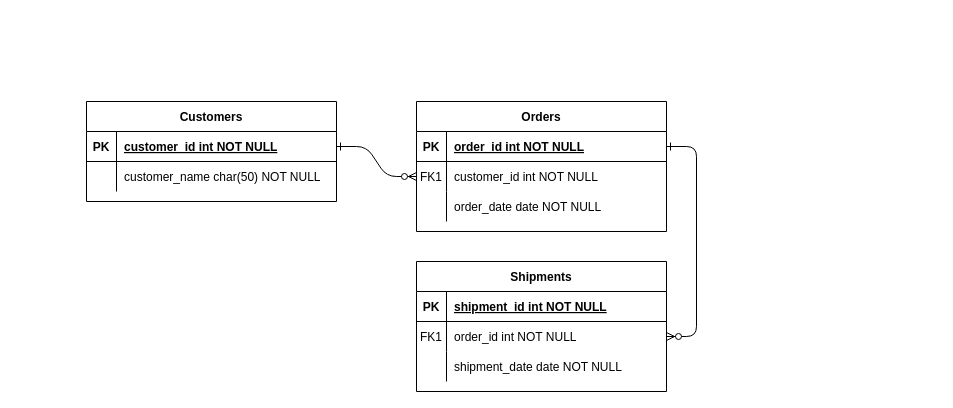
Earlier version of the draw.io diagram Untitled Diagram.drawio (WillReed1998/shop). Source tidied: cells renumbered, new cells numbered last; positions are measured from the earlier drawing's top-left corner, leaving out a move shared by most shapes. Both pictures are drawn from the tidied source at 100%, with x=0, y=0 at pixel (86, 101).
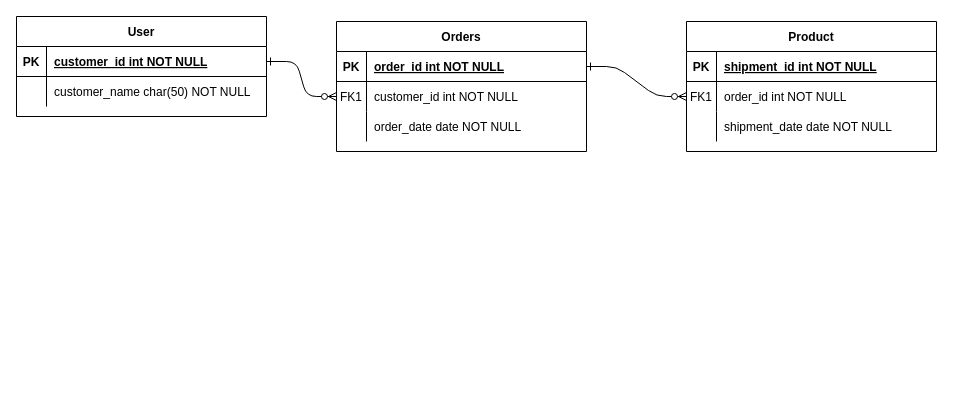
The same diagram, later.

Change to the diagram source:
```diff
@@
     <mxCell id="4" value="Orders" style="shape=table;startSize=30;childLayout=tableLayout;rowLines=0;fontStyle=1;align=center;" parent="1" vertex="1">
-      <mxGeometry x="330" width="250" height="130" as="geometry" />
+      <mxGeometry x="250" y="-80" width="250" height="130" as="geometry" />
     </mxCell>
@@
-    <mxCell id="14" value="Shipments" style="shape=table;startSize=30;childLayout=tableLayout;rowLines=0;fontStyle=1;align=center;" parent="1" vertex="1">
-      <mxGeometry x="330" y="160" width="250" height="130" as="geometry" />
+    <mxCell id="14" value="Product" style="shape=table;startSize=30;childLayout=tableLayout;rowLines=0;fontStyle=1;align=center;" parent="1" vertex="1">
+      <mxGeometry x="600" y="-80" width="250" height="130" as="geometry" />
     </mxCell>
@@
-    <mxCell id="24" value="Customers" style="shape=table;startSize=30;childLayout=tableLayout;rowLines=0;fontStyle=1;align=center;" parent="1" vertex="1">
-      <mxGeometry width="250" height="100" as="geometry" />
+    <mxCell id="24" value="User" style="shape=table;startSize=30;childLayout=tableLayout;rowLines=0;fontStyle=1;align=center;" parent="1" vertex="1">
+      <mxGeometry x="-70" y="-85" width="250" height="100" as="geometry" />
     </mxCell>
```
